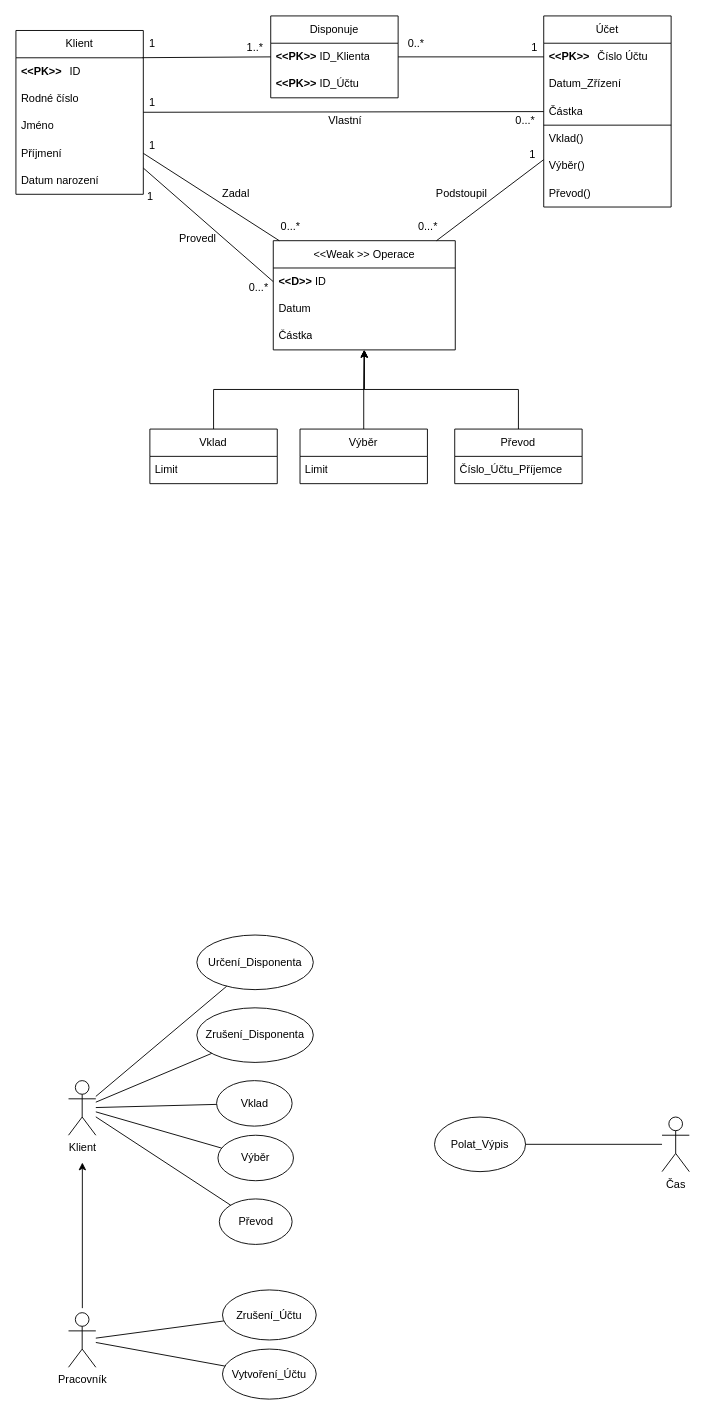
This is Untitled Diagram.drawio from Zyroshima/IDS, a draw.io file, before an edit. Source tidied: cells renumbered, new cells numbered last; positions are measured from the earlier drawing's top-left corner, leaving out a move shared by most shapes. Both pictures are drawn from the tidied source at 91%, with x=0, y=0 at pixel (15, 15).
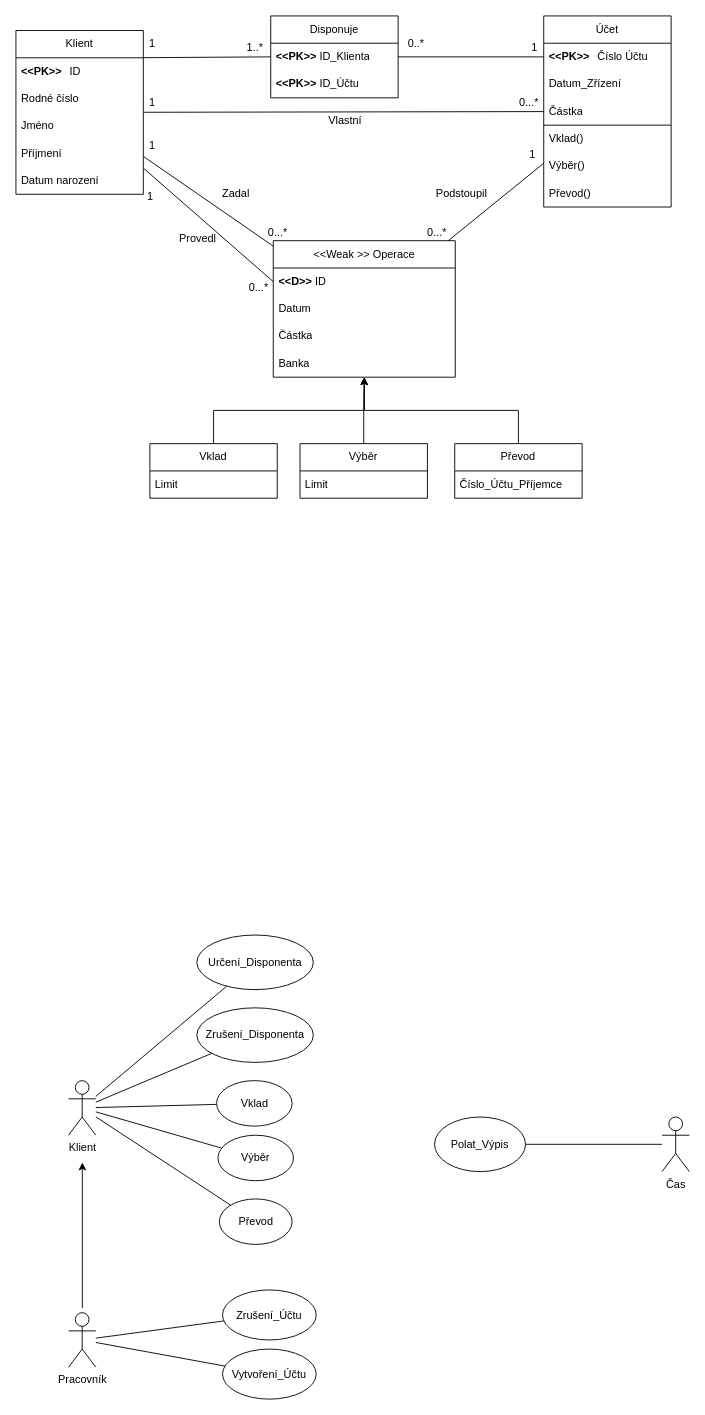
Above is the later version.

What changed in the source:
```diff
@@
     <mxCell id="16" value="&amp;lt;&amp;lt;Weak &amp;gt;&amp;gt; Operace" style="swimlane;fontStyle=0;horizontal=1;startSize=30;whiteSpace=wrap;html=1;" parent="1" vertex="1">
-      <mxGeometry x="282.8" y="247" width="200" height="120" as="geometry" />
+      <mxGeometry x="282.8" y="247" width="200" height="150" as="geometry" />
     </mxCell>
@@
+    <mxCell id="75" value="Banka" style="text;strokeColor=none;fillColor=none;align=left;verticalAlign=middle;spacingLeft=4;spacingRight=4;overflow=hidden;whiteSpace=wrap;html=1;" parent="16" vertex="1">
+      <mxGeometry y="120" width="200" height="30" as="geometry" />
+    </mxCell>
@@
     <mxCell id="24" value="0...*" style="text;html=1;align=center;verticalAlign=middle;whiteSpace=wrap;rounded=0;" parent="1" vertex="1">
-      <mxGeometry x="530" y="100" width="60" height="30" as="geometry" />
+      <mxGeometry x="534" y="80" width="60" height="30" as="geometry" />
     </mxCell>
@@
     <mxCell id="26" value="0...*" style="text;html=1;align=center;verticalAlign=middle;whiteSpace=wrap;rounded=0;" parent="1" vertex="1">
-      <mxGeometry x="422.8" y="217" width="60" height="30" as="geometry" />
+      <mxGeometry x="432.8" y="223" width="60" height="30" as="geometry" />
     </mxCell>
@@
     <mxCell id="28" value="0...*" style="text;html=1;align=center;verticalAlign=middle;whiteSpace=wrap;rounded=0;" parent="1" vertex="1">
-      <mxGeometry x="272" y="217" width="60" height="30" as="geometry" />
+      <mxGeometry x="258" y="223" width="60" height="30" as="geometry" />
     </mxCell>
@@
     <mxCell id="30" value="Vklad" style="swimlane;fontStyle=0;horizontal=1;startSize=30;whiteSpace=wrap;html=1;" parent="1" vertex="1">
-      <mxGeometry x="147.2" y="454" width="140" height="60" as="geometry" />
+      <mxGeometry x="147.2" y="470" width="140" height="60" as="geometry" />
     </mxCell>
@@
     <mxCell id="33" value="Výběr" style="swimlane;fontStyle=0;horizontal=1;startSize=30;whiteSpace=wrap;html=1;" parent="1" vertex="1">
-      <mxGeometry x="312.2" y="454" width="140" height="60" as="geometry" />
+      <mxGeometry x="312.2" y="470" width="140" height="60" as="geometry" />
     </mxCell>
@@
     <mxCell id="36" value="Převod" style="swimlane;fontStyle=0;horizontal=1;startSize=30;whiteSpace=wrap;html=1;" parent="1" vertex="1">
-      <mxGeometry x="482.2" y="454" width="140" height="60" as="geometry" />
+      <mxGeometry x="482.2" y="470" width="140" height="60" as="geometry" />
     </mxCell>
```
